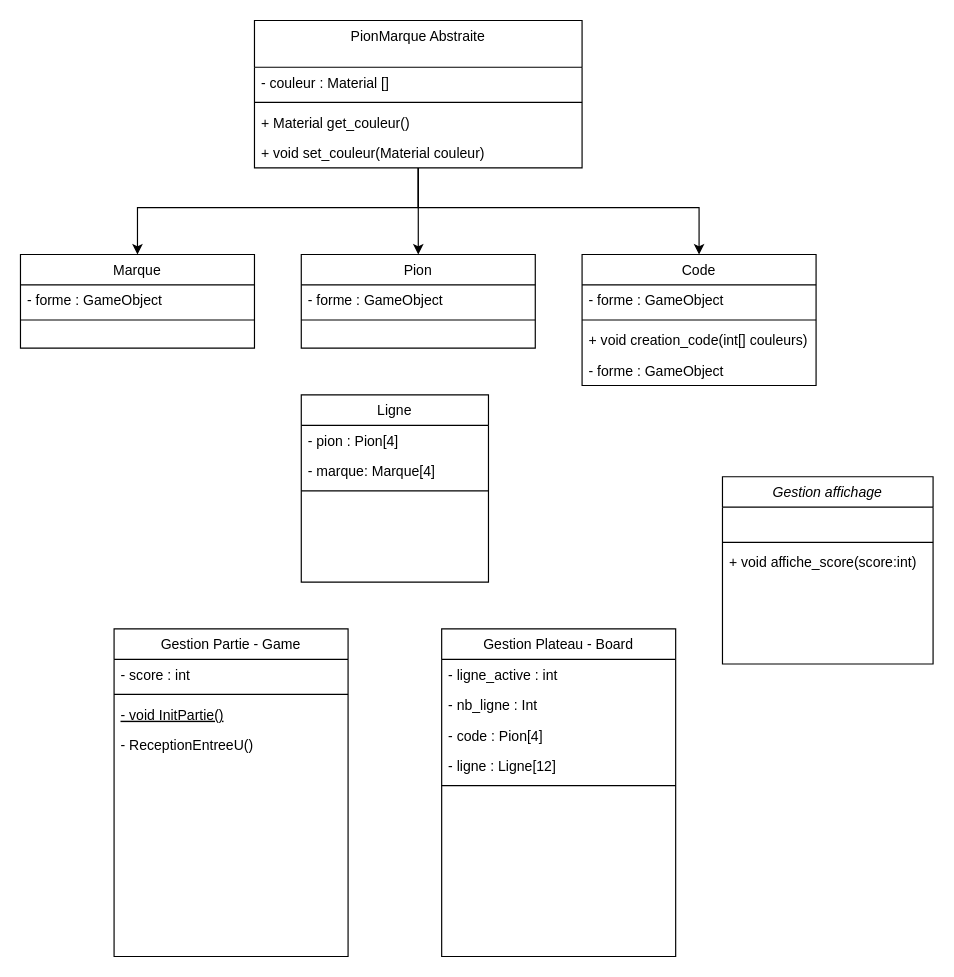
Before: Documentation/MasterMindClasse.drawio in jpphi/Unity_2023-01_Mastermind, a draw.io diagram. Source tidied: cells renumbered, new cells numbered last; positions are measured from the earlier drawing's top-left corner, leaving out a move shared by most shapes. Both pictures are drawn from the tidied source at 117%, with x=0, y=0 at pixel (20, 20).
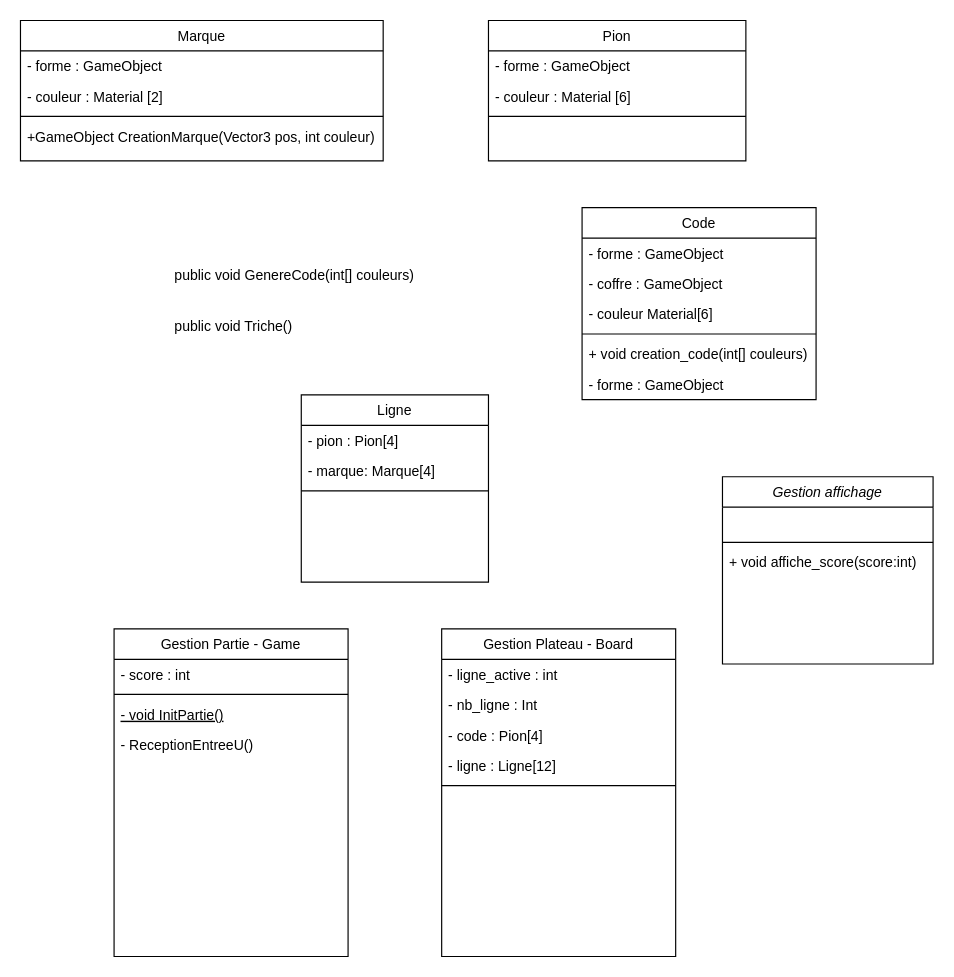
Above is the later version.

What changed in the source:
```diff
@@
-    <mxCell id="11" style="edgeStyle=orthogonalEdgeStyle;rounded=0;jettySize=auto;html=1;exitX=0.5;exitY=1;exitDx=0;exitDy=0;entryX=0.5;entryY=0;entryDx=0;entryDy=0;" parent="1" edge="1" source="14" target="25">
-      <mxGeometry relative="1" as="geometry">
-        <Array as="points">
-          <mxPoint x="340" y="150" />
-          <mxPoint x="340" y="150" />
-        </Array>
-      </mxGeometry>
-    </mxCell>
-    <mxCell id="12" style="edgeStyle=orthogonalEdgeStyle;rounded=0;jettySize=auto;html=1;exitX=0.5;exitY=1;exitDx=0;exitDy=0;entryX=0.5;entryY=0;entryDx=0;entryDy=0;" parent="1" edge="1" source="14" target="28">
-      <mxGeometry relative="1" as="geometry">
-        <Array as="points">
-          <mxPoint x="340" y="160" />
-          <mxPoint x="100" y="160" />
-        </Array>
-      </mxGeometry>
-    </mxCell>
-    <mxCell id="13" style="edgeStyle=orthogonalEdgeStyle;rounded=0;jettySize=auto;html=1;exitX=0.5;exitY=1;exitDx=0;exitDy=0;entryX=0.5;entryY=0;entryDx=0;entryDy=0;" parent="1" edge="1" source="14" target="35">
-      <mxGeometry relative="1" as="geometry">
-        <Array as="points">
-          <mxPoint x="340" y="160" />
-          <mxPoint x="580" y="160" />
-        </Array>
-      </mxGeometry>
-    </mxCell>
-    <mxCell id="14" value="PionMarque Abstraite" style="swimlane;fontStyle=0;align=center;verticalAlign=top;horizontal=1;startSize=40;rounded=0;shadow=0;strokeWidth=1;" parent="1" vertex="1">
-      <mxGeometry x="200" width="280" height="126" as="geometry" />
-    </mxCell>
-    <mxCell id="15" value="- couleur : Material []&#10;" style="text;align=left;verticalAlign=top;spacingLeft=4;spacingRight=4;overflow=hidden;" parent="14" vertex="1">
-      <mxGeometry y="40" width="280" height="26" as="geometry" />
-    </mxCell>
-    <mxCell id="16" style="line;html=1;strokeWidth=1;align=left;verticalAlign=middle;spacingTop=-1;spacingLeft=3;spacingRight=3;labelPosition=right;" parent="14" vertex="1">
-      <mxGeometry y="66" width="280" height="8" as="geometry" />
-    </mxCell>
-    <mxCell id="17" value="+ Material get_couleur()&#10;" style="text;align=left;verticalAlign=top;spacingLeft=4;spacingRight=4;overflow=hidden;" parent="14" vertex="1">
-      <mxGeometry y="74" width="280" height="26" as="geometry" />
-    </mxCell>
-    <mxCell id="18" value="+ void set_couleur(Material couleur)&#10;" style="text;align=left;verticalAlign=top;spacingLeft=4;spacingRight=4;overflow=hidden;" parent="14" vertex="1">
-      <mxGeometry y="100" width="280" height="26" as="geometry" />
-    </mxCell>
@@
     <mxCell id="25" value="Pion" style="swimlane;fontStyle=0;align=center;verticalAlign=top;horizontal=1;startSize=26;rounded=0;shadow=0;strokeWidth=1;" parent="1" vertex="1">
-      <mxGeometry x="240" y="200" width="200" height="80" as="geometry" />
+      <mxGeometry x="400" width="220" height="120" as="geometry" />
     </mxCell>
     <mxCell id="26" value="- forme : GameObject&#10;" style="text;align=left;verticalAlign=top;spacingLeft=4;spacingRight=4;overflow=hidden;" parent="25" vertex="1">
-      <mxGeometry y="26" width="200" height="26" as="geometry" />
+      <mxGeometry y="26" width="220" height="26" as="geometry" />
     </mxCell>
+    <mxCell id="40" value="- couleur : Material [6]" style="text;align=left;verticalAlign=top;spacingLeft=4;spacingRight=4;overflow=hidden;" parent="25" vertex="1">
+      <mxGeometry y="52" width="220" height="26" as="geometry" />
+    </mxCell>
     <mxCell id="27" style="line;html=1;strokeWidth=1;align=left;verticalAlign=middle;spacingTop=-1;spacingLeft=3;spacingRight=3;labelPosition=right;" parent="25" vertex="1">
-      <mxGeometry y="52" width="200" height="8" as="geometry" />
+      <mxGeometry y="78" width="220" height="8" as="geometry" />
     </mxCell>
     <mxCell id="28" value="Marque" style="swimlane;fontStyle=0;align=center;verticalAlign=top;horizontal=1;startSize=26;rounded=0;shadow=0;strokeWidth=1;" parent="1" vertex="1">
-      <mxGeometry y="200" width="200" height="80" as="geometry" />
+      <mxGeometry width="310" height="120" as="geometry" />
     </mxCell>
     <mxCell id="29" value="- forme : GameObject&#10;" style="text;align=left;verticalAlign=top;spacingLeft=4;spacingRight=4;overflow=hidden;" parent="28" vertex="1">
-      <mxGeometry y="26" width="200" height="26" as="geometry" />
+      <mxGeometry y="26" width="310" height="26" as="geometry" />
     </mxCell>
+    <mxCell id="41" value="- couleur : Material [2]" style="text;align=left;verticalAlign=top;spacingLeft=4;spacingRight=4;overflow=hidden;" parent="28" vertex="1">
+      <mxGeometry y="52" width="310" height="26" as="geometry" />
+    </mxCell>
     <mxCell id="30" style="line;html=1;strokeWidth=1;align=left;verticalAlign=middle;spacingTop=-1;spacingLeft=3;spacingRight=3;labelPosition=right;" parent="28" vertex="1">
-      <mxGeometry y="52" width="200" height="8" as="geometry" />
+      <mxGeometry y="78" width="310" height="8" as="geometry" />
     </mxCell>
+    <mxCell id="42" value="+GameObject CreationMarque(Vector3 pos, int couleur)" style="text;align=left;verticalAlign=top;spacingLeft=4;spacingRight=4;overflow=hidden;" parent="28" vertex="1">
+      <mxGeometry y="86" width="310" height="26" as="geometry" />
+    </mxCell>
@@
     <mxCell id="35" value="Code" style="swimlane;fontStyle=0;align=center;verticalAlign=top;horizontal=1;startSize=26;rounded=0;shadow=0;strokeWidth=1;" parent="1" vertex="1">
-      <mxGeometry x="480" y="200" width="200" height="112" as="geometry" />
+      <mxGeometry x="480" y="160" width="200" height="164" as="geometry" />
     </mxCell>
@@
+    <mxCell id="43" value="- coffre : GameObject" style="text;align=left;verticalAlign=top;spacingLeft=4;spacingRight=4;overflow=hidden;" parent="35" vertex="1">
+      <mxGeometry y="52" width="200" height="26" as="geometry" />
+    </mxCell>
+    <mxCell id="44" value="- couleur Material[6]" style="text;align=left;verticalAlign=top;spacingLeft=4;spacingRight=4;overflow=hidden;" parent="35" vertex="1">
+      <mxGeometry y="78" width="200" height="26" as="geometry" />
+    </mxCell>
     <mxCell id="37" style="line;html=1;strokeWidth=1;align=left;verticalAlign=middle;spacingTop=-1;spacingLeft=3;spacingRight=3;labelPosition=right;" parent="35" vertex="1">
-      <mxGeometry y="52" width="200" height="8" as="geometry" />
+      <mxGeometry y="104" width="200" height="8" as="geometry" />
     </mxCell>
     <mxCell id="38" value="+ void creation_code(int[] couleurs)&#10;" style="text;align=left;verticalAlign=top;spacingLeft=4;spacingRight=4;overflow=hidden;" parent="35" vertex="1">
-      <mxGeometry y="60" width="200" height="26" as="geometry" />
+      <mxGeometry y="112" width="200" height="26" as="geometry" />
     </mxCell>
     <mxCell id="39" value="- forme : GameObject&#10;" style="text;align=left;verticalAlign=top;spacingLeft=4;spacingRight=4;overflow=hidden;" parent="35" vertex="1">
-      <mxGeometry y="86" width="200" height="26" as="geometry" />
+      <mxGeometry y="138" width="200" height="26" as="geometry" />
     </mxCell>
+    <mxCell id="45" value="&lt;br&gt;public void GenereCode(int[] couleurs)&lt;br&gt;&lt;br&gt;&lt;br&gt;public void Triche()" style="text;whiteSpace=wrap;html=1;" parent="1" vertex="1">
+      <mxGeometry x="130" y="190" width="320" height="90" as="geometry" />
+    </mxCell>
```
